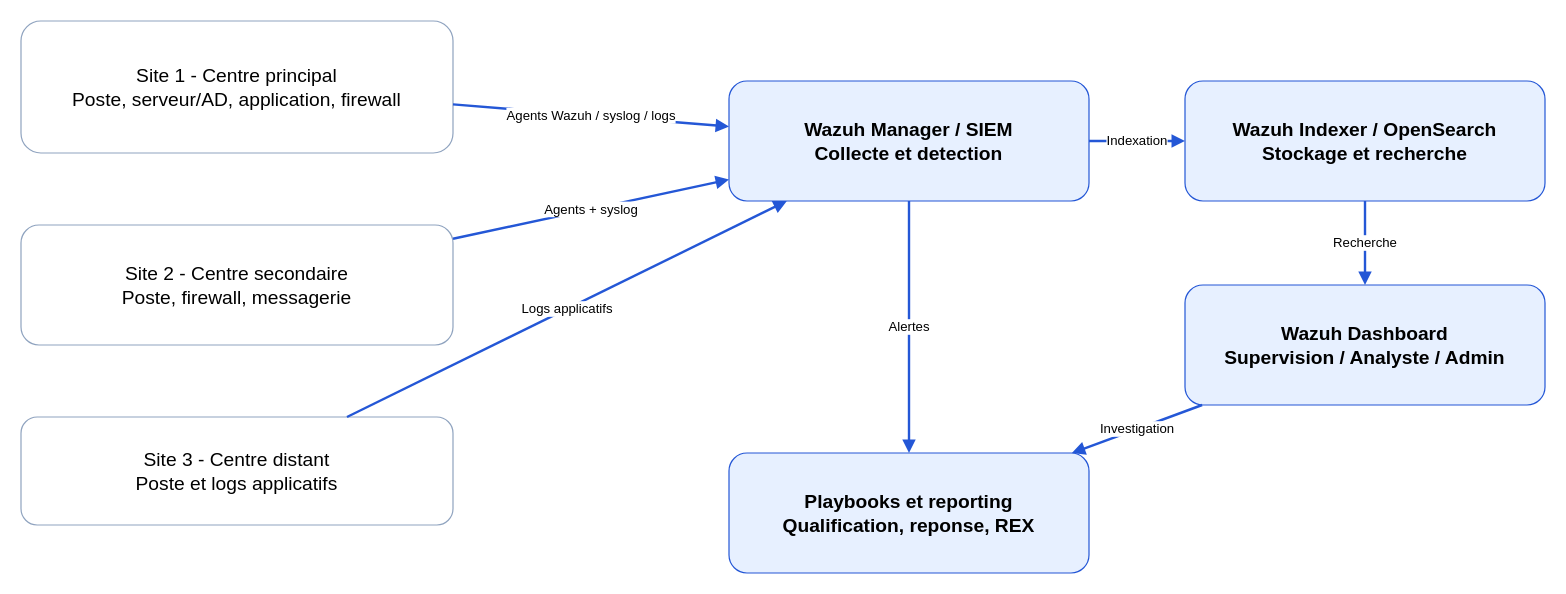
Before: livrables/yvan/diagrams/architecture_soc_externalise.drawio in ivanfocsa/projet_cs_m2_livrables, a draw.io diagram. Source tidied: cells renumbered, new cells numbered last; positions are measured from the earlier drawing's top-left corner, leaving out a move shared by most shapes. Both pictures are drawn from the tidied source at 120%, with x=0, y=0 at pixel (20, 20).
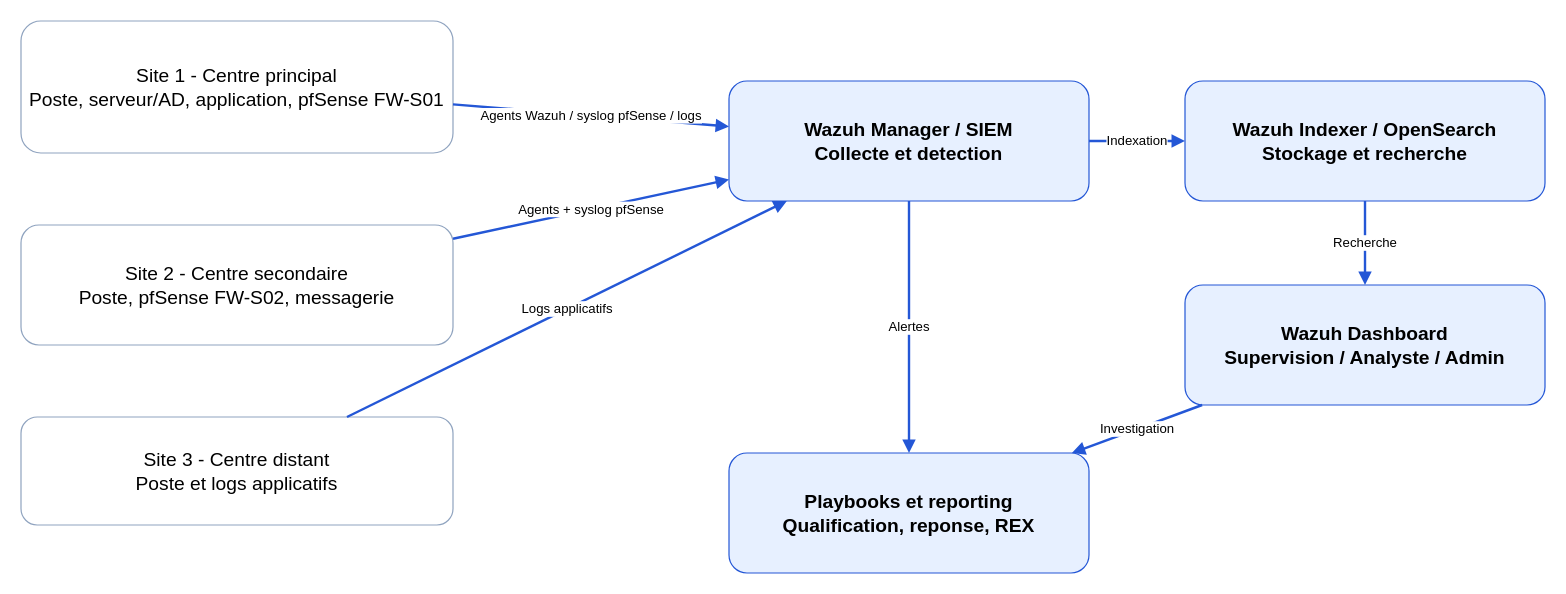
The same page after the edit.

Diff of the diagram source:
```diff
@@
 <mxGraphModel>
   <root>
     <mxCell id="0" />
     <mxCell id="1" parent="0" />
-    <mxCell id="2" value="Site 1 - Centre principal&lt;br/&gt;Poste, serveur/AD, application, firewall" style="rounded=1;whiteSpace=wrap;html=1;strokeColor=#8FA3BF;fillColor=#FFFFFF;fontSize=16;" parent="1" vertex="1">
+    <mxCell id="2" value="Site 1 - Centre principal&lt;br/&gt;Poste, serveur/AD, application, pfSense FW-S01" style="rounded=1;whiteSpace=wrap;html=1;strokeColor=#8FA3BF;fillColor=#FFFFFF;fontSize=16;" parent="1" vertex="1">
       <mxGeometry width="360" height="110" as="geometry" />
     </mxCell>
-    <mxCell id="3" value="Site 2 - Centre secondaire&lt;br/&gt;Poste, firewall, messagerie" style="rounded=1;whiteSpace=wrap;html=1;strokeColor=#8FA3BF;fillColor=#FFFFFF;fontSize=16;" parent="1" vertex="1">
+    <mxCell id="3" value="Site 2 - Centre secondaire&lt;br/&gt;Poste, pfSense FW-S02, messagerie" style="rounded=1;whiteSpace=wrap;html=1;strokeColor=#8FA3BF;fillColor=#FFFFFF;fontSize=16;" parent="1" vertex="1">
       <mxGeometry y="170" width="360" height="100" as="geometry" />
     </mxCell>
     <mxCell id="4" value="Site 3 - Centre distant&lt;br/&gt;Poste et logs applicatifs" style="rounded=1;whiteSpace=wrap;html=1;strokeColor=#8FA3BF;fillColor=#FFFFFF;fontSize=16;" parent="1" vertex="1">
       <mxGeometry y="330" width="360" height="90" as="geometry" />
     </mxCell>
     <mxCell id="5" value="Wazuh Manager / SIEM&lt;br/&gt;Collecte et detection" style="rounded=1;whiteSpace=wrap;html=1;strokeColor=#2457D6;fillColor=#E7F0FF;fontSize=16;fontStyle=1;" parent="1" vertex="1">
       <mxGeometry x="590" y="50" width="300" height="100" as="geometry" />
     </mxCell>
     <mxCell id="6" value="Wazuh Indexer / OpenSearch&lt;br/&gt;Stockage et recherche" style="rounded=1;whiteSpace=wrap;html=1;strokeColor=#2457D6;fillColor=#E7F0FF;fontSize=16;fontStyle=1;" parent="1" vertex="1">
       <mxGeometry x="970" y="50" width="300" height="100" as="geometry" />
     </mxCell>
     <mxCell id="7" value="Wazuh Dashboard&lt;br/&gt;Supervision / Analyste / Admin" style="rounded=1;whiteSpace=wrap;html=1;strokeColor=#2457D6;fillColor=#E7F0FF;fontSize=16;fontStyle=1;" parent="1" vertex="1">
       <mxGeometry x="970" y="220" width="300" height="100" as="geometry" />
     </mxCell>
     <mxCell id="8" value="Playbooks et reporting&lt;br/&gt;Qualification, reponse, REX" style="rounded=1;whiteSpace=wrap;html=1;strokeColor=#2457D6;fillColor=#E7F0FF;fontSize=16;fontStyle=1;" parent="1" vertex="1">
       <mxGeometry x="590" y="360" width="300" height="100" as="geometry" />
     </mxCell>
-    <mxCell id="9" value="Agents Wazuh / syslog / logs" style="endArrow=block;html=1;rounded=0;strokeColor=#2457D6;strokeWidth=2;" parent="1" edge="1" source="2" target="5">
+    <mxCell id="9" value="Agents Wazuh / syslog pfSense / logs" style="endArrow=block;html=1;rounded=0;strokeColor=#2457D6;strokeWidth=2;" parent="1" edge="1" source="2" target="5">
       <mxGeometry relative="1" as="geometry" />
     </mxCell>
-    <mxCell id="10" value="Agents + syslog" style="endArrow=block;html=1;rounded=0;strokeColor=#2457D6;strokeWidth=2;" parent="1" edge="1" source="3" target="5">
+    <mxCell id="10" value="Agents + syslog pfSense" style="endArrow=block;html=1;rounded=0;strokeColor=#2457D6;strokeWidth=2;" parent="1" edge="1" source="3" target="5">
       <mxGeometry relative="1" as="geometry" />
     </mxCell>
     <mxCell id="11" value="Logs applicatifs" style="endArrow=block;html=1;rounded=0;strokeColor=#2457D6;strokeWidth=2;" parent="1" edge="1" source="4" target="5">
       <mxGeometry relative="1" as="geometry" />
     </mxCell>
     <mxCell id="12" value="Indexation" style="endArrow=block;html=1;rounded=0;strokeColor=#2457D6;strokeWidth=2;" parent="1" edge="1" source="5" target="6">
       <mxGeometry relative="1" as="geometry" />
     </mxCell>
     <mxCell id="13" value="Recherche" style="endArrow=block;html=1;rounded=0;strokeColor=#2457D6;strokeWidth=2;" parent="1" edge="1" source="6" target="7">
       <mxGeometry relative="1" as="geometry" />
     </mxCell>
     <mxCell id="14" value="Alertes" style="endArrow=block;html=1;rounded=0;strokeColor=#2457D6;strokeWidth=2;" parent="1" edge="1" source="5" target="8">
       <mxGeometry relative="1" as="geometry" />
     </mxCell>
     <mxCell id="15" value="Investigation" style="endArrow=block;html=1;rounded=0;strokeColor=#2457D6;strokeWidth=2;" parent="1" edge="1" source="7" target="8">
       <mxGeometry relative="1" as="geometry" />
     </mxCell>
   </root>
 </mxGraphModel>
```
